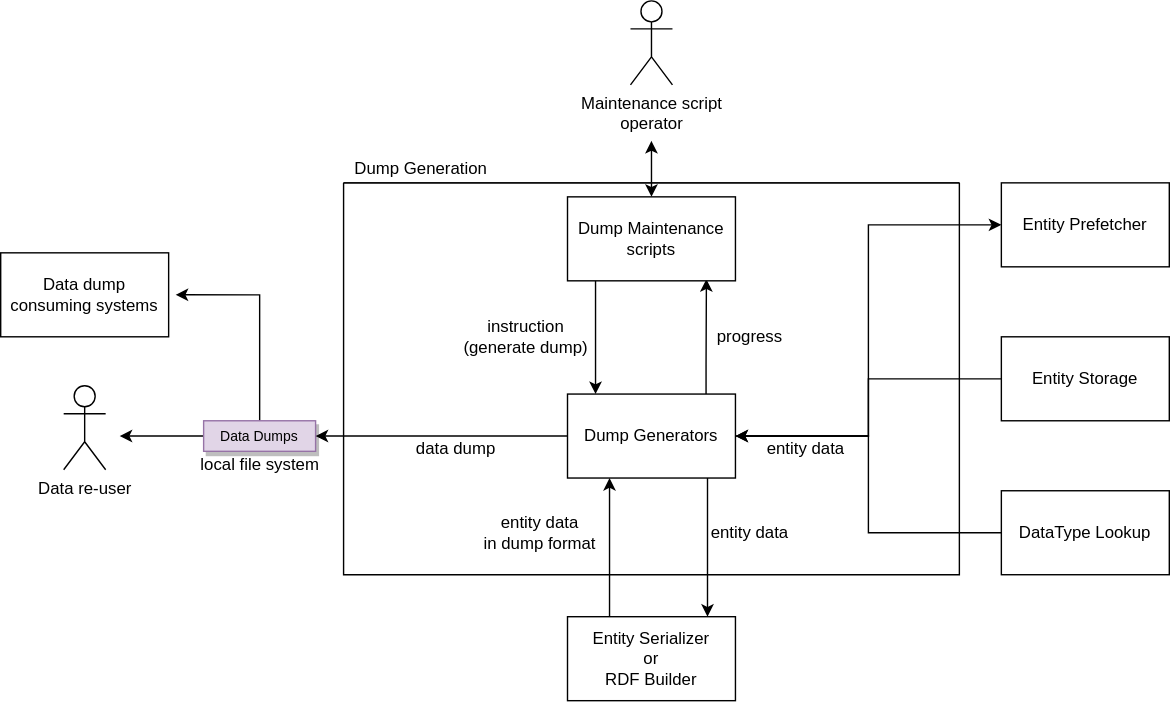
Earlier version of the draw.io export systems/WikibaseRepo/diagrams/05-dump-generation.drawio.svg (wmde/wikidata-wikibase-architecture). Source tidied: cells renumbered, new cells last; positions are measured from the earlier drawing's top-left corner, leaving out a move shared by most shapes. The source it was exported from:
```xml
<mxGraphModel>
  <root>
    <mxCell id="0" />
    <mxCell id="1" parent="0" />
    <mxCell id="2" style="swimlane;startSize=0;" parent="1" vertex="1">
      <mxGeometry x="245" y="130" width="440" height="280" as="geometry" />
    </mxCell>
    <mxCell id="3" style="edgeStyle=orthogonalEdgeStyle;rounded=0;jettySize=auto;html=1;entryX=0.827;entryY=0.98;entryDx=0;entryDy=0;entryPerimeter=0;" parent="2" edge="1" source="4" target="6">
      <mxGeometry relative="1" as="geometry">
        <Array as="points">
          <mxPoint x="259" y="130" />
          <mxPoint x="259" y="130" />
        </Array>
      </mxGeometry>
    </mxCell>
    <mxCell id="4" value="Dump Generators" style="rounded=0;whiteSpace=wrap;html=1;" parent="2" vertex="1">
      <mxGeometry x="160" y="150.9" width="120" height="60" as="geometry" />
    </mxCell>
    <mxCell id="5" style="edgeStyle=orthogonalEdgeStyle;rounded=0;jettySize=auto;html=1;" parent="2" edge="1" source="6" target="4">
      <mxGeometry relative="1" as="geometry">
        <Array as="points">
          <mxPoint x="180" y="120" />
          <mxPoint x="180" y="120" />
        </Array>
      </mxGeometry>
    </mxCell>
    <mxCell id="6" value="Dump Maintenance scripts" style="rounded=0;whiteSpace=wrap;html=1;" parent="2" vertex="1">
      <mxGeometry x="160" y="10" width="120" height="60" as="geometry" />
    </mxCell>
    <mxCell id="7" value="progress" style="text;html=1;align=center;verticalAlign=middle;strokeColor=none;" parent="2" vertex="1">
      <mxGeometry x="260" y="100" width="60" height="20" as="geometry" />
    </mxCell>
    <mxCell id="8" value="instruction&lt;br&gt;(generate dump)" style="text;html=1;align=center;verticalAlign=middle;strokeColor=none;" parent="2" vertex="1">
      <mxGeometry x="80" y="95" width="100" height="30" as="geometry" />
    </mxCell>
    <mxCell id="9" value="data dump" style="text;html=1;align=center;verticalAlign=middle;strokeColor=none;" parent="2" vertex="1">
      <mxGeometry x="45" y="180" width="70" height="20" as="geometry" />
    </mxCell>
    <mxCell id="10" value="entity data" style="text;html=1;align=center;verticalAlign=middle;strokeColor=none;" parent="2" vertex="1">
      <mxGeometry x="295" y="180" width="70" height="20" as="geometry" />
    </mxCell>
    <mxCell id="11" value="entity data" style="text;html=1;align=center;verticalAlign=middle;strokeColor=none;" parent="2" vertex="1">
      <mxGeometry x="255" y="240" width="70" height="20" as="geometry" />
    </mxCell>
    <mxCell id="12" value="entity data&lt;br&gt;in dump format" style="text;html=1;align=center;verticalAlign=middle;strokeColor=none;" parent="2" vertex="1">
      <mxGeometry x="90" y="235" width="100" height="30" as="geometry" />
    </mxCell>
    <mxCell id="13" value="Data re-user" style="shape=umlActor;verticalLabelPosition=bottom;verticalAlign=top;html=1;" parent="1" vertex="1">
      <mxGeometry x="45" y="275" width="30" height="60" as="geometry" />
    </mxCell>
    <mxCell id="14" style="edgeStyle=orthogonalEdgeStyle;rounded=0;jettySize=auto;html=1;" parent="1" edge="1" source="16">
      <mxGeometry relative="1" as="geometry">
        <mxPoint x="85" y="310.9" as="targetPoint" />
      </mxGeometry>
    </mxCell>
    <mxCell id="15" style="edgeStyle=orthogonalEdgeStyle;rounded=0;jettySize=auto;html=1;" parent="1" edge="1" source="16">
      <mxGeometry relative="1" as="geometry">
        <mxPoint x="125" y="210" as="targetPoint" />
        <Array as="points">
          <mxPoint x="185" y="210" />
        </Array>
      </mxGeometry>
    </mxCell>
    <mxCell id="16" value="Data Dumps" style="rounded=0;shadow=1;fontSize=10;strokeColor=#9673a6;direction=west;fillColor=#e1d5e7;" parent="1" vertex="1">
      <mxGeometry x="145" y="300" width="80" height="21.8" as="geometry" />
    </mxCell>
    <mxCell id="17" value="Data dump consuming systems" style="rounded=0;whiteSpace=wrap;html=1;" parent="1" vertex="1">
      <mxGeometry y="180" width="120" height="60" as="geometry" />
    </mxCell>
    <mxCell id="18" style="edgeStyle=orthogonalEdgeStyle;rounded=0;jettySize=auto;html=1;entryX=0;entryY=0.5;entryDx=0;entryDy=0;" parent="1" edge="1" source="4" target="16">
      <mxGeometry relative="1" as="geometry" />
    </mxCell>
    <mxCell id="19" style="edgeStyle=orthogonalEdgeStyle;rounded=0;jettySize=auto;html=1;startArrow=classic;startFill=1;" parent="1" edge="1" target="6">
      <mxGeometry relative="1" as="geometry">
        <mxPoint x="465" y="100" as="sourcePoint" />
      </mxGeometry>
    </mxCell>
    <mxCell id="20" value="Maintenance script&lt;br&gt;operator" style="shape=umlActor;verticalLabelPosition=bottom;verticalAlign=top;html=1;" parent="1" vertex="1">
      <mxGeometry x="450" width="30" height="60" as="geometry" />
    </mxCell>
    <mxCell id="21" style="edgeStyle=orthogonalEdgeStyle;rounded=0;jettySize=auto;html=1;entryX=1;entryY=0.5;entryDx=0;entryDy=0;" parent="1" edge="1" source="22" target="4">
      <mxGeometry relative="1" as="geometry" />
    </mxCell>
    <mxCell id="22" value="Entity Storage" style="rounded=0;whiteSpace=wrap;html=1;" parent="1" vertex="1">
      <mxGeometry x="715" y="240" width="120" height="60" as="geometry" />
    </mxCell>
    <mxCell id="23" value="Entity Serializer&lt;br&gt;or&lt;br&gt;RDF Builder" style="rounded=0;whiteSpace=wrap;html=1;" parent="1" vertex="1">
      <mxGeometry x="405" y="440" width="120" height="60" as="geometry" />
    </mxCell>
    <mxCell id="24" style="edgeStyle=orthogonalEdgeStyle;rounded=0;jettySize=auto;html=1;" parent="1" edge="1" source="4">
      <mxGeometry relative="1" as="geometry">
        <mxPoint x="505" y="440" as="targetPoint" />
        <Array as="points">
          <mxPoint x="505" y="440" />
        </Array>
      </mxGeometry>
    </mxCell>
    <mxCell id="25" value="Entity Prefetcher" style="rounded=0;whiteSpace=wrap;html=1;" parent="1" vertex="1">
      <mxGeometry x="715" y="130" width="120" height="60" as="geometry" />
    </mxCell>
    <mxCell id="26" style="edgeStyle=orthogonalEdgeStyle;rounded=0;jettySize=auto;html=1;entryX=0;entryY=0.5;entryDx=0;entryDy=0;" parent="1" edge="1" source="4" target="25">
      <mxGeometry relative="1" as="geometry" />
    </mxCell>
    <mxCell id="27" style="edgeStyle=orthogonalEdgeStyle;rounded=0;jettySize=auto;html=1;entryX=1;entryY=0.5;entryDx=0;entryDy=0;" parent="1" edge="1" source="28" target="4">
      <mxGeometry relative="1" as="geometry" />
    </mxCell>
    <mxCell id="28" value="DataType Lookup" style="rounded=0;whiteSpace=wrap;html=1;" parent="1" vertex="1">
      <mxGeometry x="715" y="350" width="120" height="60" as="geometry" />
    </mxCell>
    <mxCell id="29" value="Dump Generation" style="text;html=1;align=center;verticalAlign=middle;strokeColor=none;" parent="1" vertex="1">
      <mxGeometry x="245" y="110" width="110" height="20" as="geometry" />
    </mxCell>
    <mxCell id="30" style="edgeStyle=orthogonalEdgeStyle;rounded=0;orthogonalLoop=1;jettySize=auto;html=1;startArrow=classic;startFill=1;endArrow=none;endFill=0;" parent="1" edge="1">
      <mxGeometry relative="1" as="geometry">
        <mxPoint x="435" y="340.9" as="sourcePoint" />
        <mxPoint x="435" y="440" as="targetPoint" />
        <Array as="points">
          <mxPoint x="435" y="440" />
        </Array>
      </mxGeometry>
    </mxCell>
    <mxCell id="31" value="local file system" style="text;html=1;align=center;verticalAlign=middle;strokeColor=none;" parent="1" vertex="1">
      <mxGeometry x="135" y="321.8" width="100" height="20" as="geometry" />
    </mxCell>
  </root>
</mxGraphModel>
```
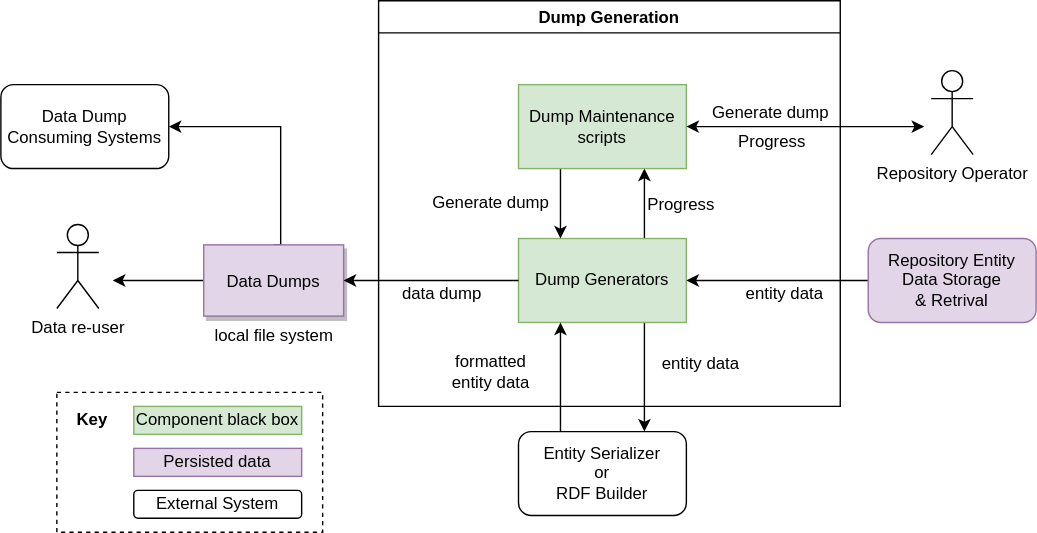
The same file after the commit.

Diff of the diagram source:
```diff
@@ -2,125 +2,112 @@
   <root>
     <mxCell id="0" />
     <mxCell id="1" parent="0" />
-    <mxCell id="2" style="swimlane;startSize=0;" parent="1" vertex="1">
-      <mxGeometry x="245" y="130" width="440" height="280" as="geometry" />
-    </mxCell>
+    <mxCell id="32" style="rounded=0;whiteSpace=wrap;html=1;fillColor=none;dashed=1;" parent="1" vertex="1">
+      <mxGeometry x="15" y="730" width="190" height="100" as="geometry" />
+    </mxCell>
+    <mxCell id="29" value="Dump Generation" style="swimlane;align=center;swimlaneLine=1;shadow=0;swimlaneFillColor=#ffffff;" parent="1" vertex="1">
+      <mxGeometry x="245" y="450" width="330" height="290" as="geometry" />
+    </mxCell>
+    <mxCell id="33" style="edgeStyle=orthogonalEdgeStyle;rounded=0;jettySize=auto;html=1;entryX=0.75;entryY=0;entryDx=0;entryDy=0;exitX=0.75;exitY=1;exitDx=0;exitDy=0;" parent="29" edge="1" source="4" target="23">
+      <mxGeometry relative="1" as="geometry" />
+    </mxCell>
-    <mxCell id="3" style="edgeStyle=orthogonalEdgeStyle;rounded=0;jettySize=auto;html=1;entryX=0.827;entryY=0.98;entryDx=0;entryDy=0;entryPerimeter=0;" parent="2" edge="1" source="4" target="6">
-      <mxGeometry relative="1" as="geometry">
-        <Array as="points">
-          <mxPoint x="259" y="130" />
-          <mxPoint x="259" y="130" />
-        </Array>
-      </mxGeometry>
+    <mxCell id="3" style="edgeStyle=orthogonalEdgeStyle;rounded=0;jettySize=auto;html=1;exitX=0.75;exitY=0;exitDx=0;exitDy=0;entryX=0.75;entryY=1;entryDx=0;entryDy=0;" parent="29" edge="1" source="4" target="6">
+      <mxGeometry relative="1" as="geometry" />
     </mxCell>
+    <mxCell id="34" value="Progress" style="edgeLabel;html=1;align=center;verticalAlign=middle;fontSize=12;" parent="3" vertex="1">
+      <mxGeometry x="-0.32" y="-1" relative="1" as="geometry">
+        <mxPoint x="24" y="-8" as="offset" />
+      </mxGeometry>
+    </mxCell>
-    <mxCell id="4" value="Dump Generators" style="rounded=0;whiteSpace=wrap;html=1;" parent="2" vertex="1">
-      <mxGeometry x="160" y="150.9" width="120" height="60" as="geometry" />
+    <mxCell id="4" value="Dump Generators" style="rounded=0;whiteSpace=wrap;html=1;fillColor=#d5e8d4;strokeColor=#82b366;" parent="29" vertex="1">
+      <mxGeometry x="100" y="170" width="120" height="60" as="geometry" />
     </mxCell>
+    <mxCell id="30" style="edgeStyle=orthogonalEdgeStyle;rounded=0;jettySize=auto;html=1;startArrow=classic;startFill=1;endArrow=none;endFill=0;exitX=0.25;exitY=1;exitDx=0;exitDy=0;entryX=0.25;entryY=0;entryDx=0;entryDy=0;" parent="29" edge="1" source="4" target="23">
+      <mxGeometry relative="1" as="geometry" />
+    </mxCell>
-    <mxCell id="5" style="edgeStyle=orthogonalEdgeStyle;rounded=0;jettySize=auto;html=1;" parent="2" edge="1" source="6" target="4">
-      <mxGeometry relative="1" as="geometry">
-        <Array as="points">
-          <mxPoint x="180" y="120" />
-          <mxPoint x="180" y="120" />
-        </Array>
-      </mxGeometry>
+    <mxCell id="5" style="edgeStyle=orthogonalEdgeStyle;rounded=0;jettySize=auto;html=1;exitX=0.25;exitY=1;exitDx=0;exitDy=0;entryX=0.25;entryY=0;entryDx=0;entryDy=0;" parent="29" edge="1" source="6" target="4">
+      <mxGeometry relative="1" as="geometry" />
     </mxCell>
-    <mxCell id="6" value="Dump Maintenance scripts" style="rounded=0;whiteSpace=wrap;html=1;" parent="2" vertex="1">
-      <mxGeometry x="160" y="10" width="120" height="60" as="geometry" />
+    <mxCell id="6" value="Dump Maintenance scripts" style="rounded=0;whiteSpace=wrap;html=1;fillColor=#d5e8d4;strokeColor=#82b366;" parent="29" vertex="1">
+      <mxGeometry x="100" y="60" width="120" height="60" as="geometry" />
     </mxCell>
-    <mxCell id="7" value="progress" style="text;html=1;align=center;verticalAlign=middle;strokeColor=none;" parent="2" vertex="1">
-      <mxGeometry x="260" y="100" width="60" height="20" as="geometry" />
-    </mxCell>
-    <mxCell id="8" value="instruction&lt;br&gt;(generate dump)" style="text;html=1;align=center;verticalAlign=middle;strokeColor=none;" parent="2" vertex="1">
-      <mxGeometry x="80" y="95" width="100" height="30" as="geometry" />
+    <mxCell id="8" value="Generate dump" style="text;html=1;align=center;verticalAlign=middle;strokeColor=none;" parent="29" vertex="1">
+      <mxGeometry x="30" y="135" width="100" height="20" as="geometry" />
     </mxCell>
+    <mxCell id="11" value="entity data" style="text;html=1;align=center;verticalAlign=middle;strokeColor=none;" parent="29" vertex="1">
+      <mxGeometry x="195" y="250" width="70" height="20" as="geometry" />
+    </mxCell>
+    <mxCell id="10" value="entity data" style="text;html=1;align=center;verticalAlign=middle;strokeColor=none;" parent="29" vertex="1">
+      <mxGeometry x="255" y="200" width="70" height="20" as="geometry" />
+    </mxCell>
-    <mxCell id="9" value="data dump" style="text;html=1;align=center;verticalAlign=middle;strokeColor=none;" parent="2" vertex="1">
-      <mxGeometry x="45" y="180" width="70" height="20" as="geometry" />
+    <mxCell id="9" value="data dump" style="text;html=1;align=center;verticalAlign=middle;strokeColor=none;" parent="29" vertex="1">
+      <mxGeometry x="10" y="200" width="70" height="20" as="geometry" />
     </mxCell>
-    <mxCell id="10" value="entity data" style="text;html=1;align=center;verticalAlign=middle;strokeColor=none;" parent="2" vertex="1">
-      <mxGeometry x="295" y="180" width="70" height="20" as="geometry" />
-    </mxCell>
-    <mxCell id="11" value="entity data" style="text;html=1;align=center;verticalAlign=middle;strokeColor=none;" parent="2" vertex="1">
-      <mxGeometry x="255" y="240" width="70" height="20" as="geometry" />
-    </mxCell>
-    <mxCell id="12" value="entity data&lt;br&gt;in dump format" style="text;html=1;align=center;verticalAlign=middle;strokeColor=none;" parent="2" vertex="1">
-      <mxGeometry x="90" y="235" width="100" height="30" as="geometry" />
+    <mxCell id="12" value="formatted&lt;br&gt;entity data" style="text;html=1;align=center;verticalAlign=middle;strokeColor=none;" parent="29" vertex="1">
+      <mxGeometry x="45" y="250" width="70" height="30" as="geometry" />
     </mxCell>
+    <mxCell id="35" value="Generate dump" style="text;html=1;align=center;verticalAlign=middle;strokeColor=none;" parent="29" vertex="1">
+      <mxGeometry x="230" y="70" width="100" height="20" as="geometry" />
+    </mxCell>
+    <mxCell id="36" value="Progress" style="edgeLabel;html=1;align=center;verticalAlign=middle;fontSize=12;" parent="29" vertex="1">
+      <mxGeometry x="280" y="100" as="geometry" />
+    </mxCell>
+    <mxCell id="23" value="&lt;span&gt;Entity Serializer&lt;/span&gt;&lt;br&gt;&lt;span&gt;or&lt;/span&gt;&lt;br&gt;&lt;span&gt;RDF Builder&lt;/span&gt;" style="rounded=1;whiteSpace=wrap;html=1;fontSize=12;align=center;" parent="29" vertex="1">
+      <mxGeometry x="100" y="308" width="120" height="60" as="geometry" />
+    </mxCell>
     <mxCell id="13" value="Data re-user" style="shape=umlActor;verticalLabelPosition=bottom;verticalAlign=top;html=1;" parent="1" vertex="1">
-      <mxGeometry x="45" y="275" width="30" height="60" as="geometry" />
+      <mxGeometry x="15" y="610" width="30" height="60" as="geometry" />
     </mxCell>
     <mxCell id="14" style="edgeStyle=orthogonalEdgeStyle;rounded=0;jettySize=auto;html=1;" parent="1" edge="1" source="16">
       <mxGeometry relative="1" as="geometry">
-        <mxPoint x="85" y="310.9" as="targetPoint" />
+        <mxPoint x="55" y="650" as="targetPoint" />
       </mxGeometry>
     </mxCell>
-    <mxCell id="15" style="edgeStyle=orthogonalEdgeStyle;rounded=0;jettySize=auto;html=1;" parent="1" edge="1" source="16">
+    <mxCell id="15" style="edgeStyle=orthogonalEdgeStyle;rounded=0;jettySize=auto;html=1;exitX=0.5;exitY=1;exitDx=0;exitDy=0;entryX=1;entryY=0.5;entryDx=0;entryDy=0;" parent="1" edge="1" source="16" target="37">
       <mxGeometry relative="1" as="geometry">
-        <mxPoint x="125" y="210" as="targetPoint" />
         <Array as="points">
-          <mxPoint x="185" y="210" />
+          <mxPoint x="175" y="625" />
+          <mxPoint x="175" y="540" />
         </Array>
       </mxGeometry>
     </mxCell>
-    <mxCell id="16" value="Data Dumps" style="rounded=0;shadow=1;fontSize=10;strokeColor=#9673a6;direction=west;fillColor=#e1d5e7;" parent="1" vertex="1">
-      <mxGeometry x="145" y="300" width="80" height="21.8" as="geometry" />
+    <mxCell id="16" value="Data Dumps" style="rounded=0;shadow=1;fontSize=12;strokeColor=#9673a6;direction=west;fillColor=#e1d5e7;" parent="1" vertex="1">
+      <mxGeometry x="120" y="624.5" width="100" height="50.9" as="geometry" />
     </mxCell>
-    <mxCell id="17" value="Data dump consuming systems" style="rounded=0;whiteSpace=wrap;html=1;" parent="1" vertex="1">
-      <mxGeometry y="180" width="120" height="60" as="geometry" />
-    </mxCell>
     <mxCell id="18" style="edgeStyle=orthogonalEdgeStyle;rounded=0;jettySize=auto;html=1;entryX=0;entryY=0.5;entryDx=0;entryDy=0;" parent="1" edge="1" source="4" target="16">
       <mxGeometry relative="1" as="geometry" />
     </mxCell>
     <mxCell id="19" style="edgeStyle=orthogonalEdgeStyle;rounded=0;jettySize=auto;html=1;startArrow=classic;startFill=1;" parent="1" edge="1" target="6">
       <mxGeometry relative="1" as="geometry">
-        <mxPoint x="465" y="100" as="sourcePoint" />
+        <mxPoint x="635" y="540" as="sourcePoint" />
       </mxGeometry>
     </mxCell>
-    <mxCell id="20" value="Maintenance script&lt;br&gt;operator" style="shape=umlActor;verticalLabelPosition=bottom;verticalAlign=top;html=1;" parent="1" vertex="1">
-      <mxGeometry x="450" width="30" height="60" as="geometry" />
+    <mxCell id="20" value="Repository Operator" style="shape=umlActor;verticalLabelPosition=bottom;verticalAlign=top;html=1;" parent="1" vertex="1">
+      <mxGeometry x="640" y="500" width="30" height="60" as="geometry" />
     </mxCell>
-    <mxCell id="21" style="edgeStyle=orthogonalEdgeStyle;rounded=0;jettySize=auto;html=1;entryX=1;entryY=0.5;entryDx=0;entryDy=0;" parent="1" edge="1" source="22" target="4">
-      <mxGeometry relative="1" as="geometry" />
-    </mxCell>
-    <mxCell id="22" value="Entity Storage" style="rounded=0;whiteSpace=wrap;html=1;" parent="1" vertex="1">
-      <mxGeometry x="715" y="240" width="120" height="60" as="geometry" />
-    </mxCell>
-    <mxCell id="23" value="Entity Serializer&lt;br&gt;or&lt;br&gt;RDF Builder" style="rounded=0;whiteSpace=wrap;html=1;" parent="1" vertex="1">
-      <mxGeometry x="405" y="440" width="120" height="60" as="geometry" />
-    </mxCell>
-    <mxCell id="24" style="edgeStyle=orthogonalEdgeStyle;rounded=0;jettySize=auto;html=1;" parent="1" edge="1" source="4">
-      <mxGeometry relative="1" as="geometry">
-        <mxPoint x="505" y="440" as="targetPoint" />
-        <Array as="points">
-          <mxPoint x="505" y="440" />
-        </Array>
-      </mxGeometry>
-    </mxCell>
-    <mxCell id="25" value="Entity Prefetcher" style="rounded=0;whiteSpace=wrap;html=1;" parent="1" vertex="1">
-      <mxGeometry x="715" y="130" width="120" height="60" as="geometry" />
-    </mxCell>
-    <mxCell id="26" style="edgeStyle=orthogonalEdgeStyle;rounded=0;jettySize=auto;html=1;entryX=0;entryY=0.5;entryDx=0;entryDy=0;" parent="1" edge="1" source="4" target="25">
-      <mxGeometry relative="1" as="geometry" />
-    </mxCell>
-    <mxCell id="27" style="edgeStyle=orthogonalEdgeStyle;rounded=0;jettySize=auto;html=1;entryX=1;entryY=0.5;entryDx=0;entryDy=0;" parent="1" edge="1" source="28" target="4">
-      <mxGeometry relative="1" as="geometry" />
-    </mxCell>
-    <mxCell id="28" value="DataType Lookup" style="rounded=0;whiteSpace=wrap;html=1;" parent="1" vertex="1">
-      <mxGeometry x="715" y="350" width="120" height="60" as="geometry" />
-    </mxCell>
-    <mxCell id="29" value="Dump Generation" style="text;html=1;align=center;verticalAlign=middle;strokeColor=none;" parent="1" vertex="1">
-      <mxGeometry x="245" y="110" width="110" height="20" as="geometry" />
-    </mxCell>
-    <mxCell id="30" style="edgeStyle=orthogonalEdgeStyle;rounded=0;orthogonalLoop=1;jettySize=auto;html=1;startArrow=classic;startFill=1;endArrow=none;endFill=0;" parent="1" edge="1">
-      <mxGeometry relative="1" as="geometry">
-        <mxPoint x="435" y="340.9" as="sourcePoint" />
-        <mxPoint x="435" y="440" as="targetPoint" />
-        <Array as="points">
-          <mxPoint x="435" y="440" />
-        </Array>
-      </mxGeometry>
-    </mxCell>
     <mxCell id="31" value="local file system" style="text;html=1;align=center;verticalAlign=middle;strokeColor=none;" parent="1" vertex="1">
-      <mxGeometry x="135" y="321.8" width="100" height="20" as="geometry" />
+      <mxGeometry x="120" y="680" width="100" height="20" as="geometry" />
     </mxCell>
+    <mxCell id="37" value="Data Dump Consuming Systems" style="rounded=1;whiteSpace=wrap;html=1;align=center;" parent="1" vertex="1">
+      <mxGeometry x="-25" y="510" width="120" height="60" as="geometry" />
+    </mxCell>
+    <mxCell id="38" style="edgeStyle=orthogonalEdgeStyle;rounded=0;jettySize=auto;html=1;entryX=1;entryY=0.5;entryDx=0;entryDy=0;" parent="1" edge="1" source="39" target="4">
+      <mxGeometry relative="1" as="geometry" />
+    </mxCell>
+    <mxCell id="39" value="Repository Entity Data Storage&lt;br&gt;&amp;amp; Retrival" style="rounded=1;whiteSpace=wrap;html=1;align=center;fillColor=#e1d5e7;strokeColor=#9673a6;" parent="1" vertex="1">
+      <mxGeometry x="595" y="620" width="120" height="60" as="geometry" />
+    </mxCell>
+    <mxCell id="40" value="&lt;b&gt;Key&lt;/b&gt;" style="text;html=1;align=center;verticalAlign=middle;strokeColor=none;" parent="1" vertex="1">
+      <mxGeometry x="20" y="740" width="40" height="20" as="geometry" />
+    </mxCell>
+    <mxCell id="41" value="Component black box" style="rounded=0;whiteSpace=wrap;html=1;align=center;fillColor=#d5e8d4;strokeColor=#82b366;" parent="1" vertex="1">
+      <mxGeometry x="70" y="740" width="120" height="20" as="geometry" />
+    </mxCell>
+    <mxCell id="42" value="Persisted data" style="rounded=0;whiteSpace=wrap;html=1;align=center;fillColor=#e1d5e7;strokeColor=#9673a6;" parent="1" vertex="1">
+      <mxGeometry x="70" y="770" width="120" height="20" as="geometry" />
+    </mxCell>
+    <mxCell id="43" value="External System" style="rounded=1;whiteSpace=wrap;html=1;align=center;" parent="1" vertex="1">
+      <mxGeometry x="70" y="800" width="120" height="20" as="geometry" />
+    </mxCell>
   </root>
 </mxGraphModel>
```
